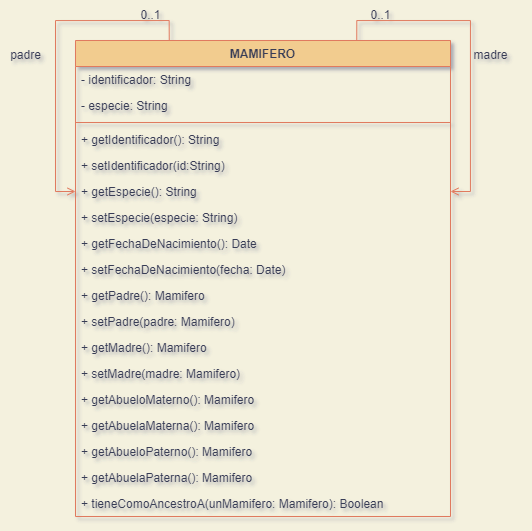
Before: PRACTICAS/UML/Ejercicio5.png, a diagram exported from draw.io (agusrnfr/OO1). Source tidied: cells renumbered, new cells last; positions are measured from the earlier drawing's top-left corner, leaving out a move shared by most shapes. Its diagram source:
```xml
<mxGraphModel background="#F4F1DE" shadow="1">
  <root>
    <mxCell id="0" />
    <mxCell id="1" parent="0" />
    <mxCell id="2" value="MAMIFERO" style="swimlane;fontStyle=1;align=center;verticalAlign=top;horizontal=1;startSize=26;fillColor=#F2CC8F;strokeColor=#E07A5F;fontColor=#393C56;" parent="1" vertex="1">
      <mxGeometry x="75" y="40" width="375" height="476" as="geometry" />
    </mxCell>
    <mxCell id="3" value="- identificador: String" style="text;strokeColor=none;fillColor=none;align=left;verticalAlign=top;spacingLeft=4;spacingRight=4;overflow=hidden;fontColor=#393C56;" parent="2" vertex="1">
      <mxGeometry y="26" width="375" height="26" as="geometry" />
    </mxCell>
    <mxCell id="4" value="- especie: String" style="text;strokeColor=none;fillColor=none;align=left;verticalAlign=top;spacingLeft=4;spacingRight=4;overflow=hidden;fontColor=#393C56;" parent="2" vertex="1">
      <mxGeometry y="52" width="375" height="26" as="geometry" />
    </mxCell>
    <mxCell id="5" style="line;strokeWidth=1;fillColor=none;align=left;verticalAlign=middle;spacingTop=-1;spacingLeft=3;spacingRight=3;labelPosition=right;strokeColor=#E07A5F;fontColor=#393C56;labelBackgroundColor=#F4F1DE;" parent="2" vertex="1">
      <mxGeometry y="78" width="375" height="8" as="geometry" />
    </mxCell>
    <mxCell id="6" value="+ getIdentificador(): String" style="text;strokeColor=none;fillColor=none;align=left;verticalAlign=top;spacingLeft=4;spacingRight=4;overflow=hidden;fontColor=#393C56;" parent="2" vertex="1">
      <mxGeometry y="86" width="375" height="26" as="geometry" />
    </mxCell>
    <mxCell id="7" value="+ setIdentificador(id:String)" style="text;strokeColor=none;fillColor=none;align=left;verticalAlign=top;spacingLeft=4;spacingRight=4;overflow=hidden;fontColor=#393C56;" parent="2" vertex="1">
      <mxGeometry y="112" width="375" height="26" as="geometry" />
    </mxCell>
    <mxCell id="8" value="+ getEspecie(): String" style="text;strokeColor=none;fillColor=none;align=left;verticalAlign=top;spacingLeft=4;spacingRight=4;overflow=hidden;points=[[0,0.5],[1,0.5]];portConstraint=eastwest;fontColor=#393C56;" parent="2" vertex="1">
      <mxGeometry y="138" width="375" height="26" as="geometry" />
    </mxCell>
    <mxCell id="9" value="+ setEspecie(especie: String)" style="text;strokeColor=none;fillColor=none;align=left;verticalAlign=top;spacingLeft=4;spacingRight=4;overflow=hidden;fontColor=#393C56;" parent="2" vertex="1">
      <mxGeometry y="164" width="375" height="26" as="geometry" />
    </mxCell>
    <mxCell id="10" value="+ getFechaDeNacimiento(): Date" style="text;strokeColor=none;fillColor=none;align=left;verticalAlign=top;spacingLeft=4;spacingRight=4;overflow=hidden;fontColor=#393C56;" parent="2" vertex="1">
      <mxGeometry y="190" width="375" height="26" as="geometry" />
    </mxCell>
    <mxCell id="11" value="+ setFechaDeNacimiento(fecha: Date)" style="text;strokeColor=none;fillColor=none;align=left;verticalAlign=top;spacingLeft=4;spacingRight=4;overflow=hidden;fontColor=#393C56;" parent="2" vertex="1">
      <mxGeometry y="216" width="375" height="26" as="geometry" />
    </mxCell>
    <mxCell id="12" value="+ getPadre(): Mamifero" style="text;strokeColor=none;fillColor=none;align=left;verticalAlign=top;spacingLeft=4;spacingRight=4;overflow=hidden;fontColor=#393C56;" parent="2" vertex="1">
      <mxGeometry y="242" width="375" height="26" as="geometry" />
    </mxCell>
    <mxCell id="13" value="+ setPadre(padre: Mamifero)" style="text;strokeColor=none;fillColor=none;align=left;verticalAlign=top;spacingLeft=4;spacingRight=4;overflow=hidden;fontColor=#393C56;" parent="2" vertex="1">
      <mxGeometry y="268" width="375" height="26" as="geometry" />
    </mxCell>
    <mxCell id="14" value="+ getMadre(): Mamifero" style="text;strokeColor=none;fillColor=none;align=left;verticalAlign=top;spacingLeft=4;spacingRight=4;overflow=hidden;fontColor=#393C56;" parent="2" vertex="1">
      <mxGeometry y="294" width="375" height="26" as="geometry" />
    </mxCell>
    <mxCell id="15" value="+ setMadre(madre: Mamifero)" style="text;strokeColor=none;fillColor=none;align=left;verticalAlign=top;spacingLeft=4;spacingRight=4;overflow=hidden;fontColor=#393C56;" parent="2" vertex="1">
      <mxGeometry y="320" width="375" height="26" as="geometry" />
    </mxCell>
    <mxCell id="16" value="+ getAbueloMaterno(): Mamifero" style="text;strokeColor=none;fillColor=none;align=left;verticalAlign=top;spacingLeft=4;spacingRight=4;overflow=hidden;fontColor=#393C56;" parent="2" vertex="1">
      <mxGeometry y="346" width="375" height="26" as="geometry" />
    </mxCell>
    <mxCell id="17" value="+ getAbuelaMaterna(): Mamifero" style="text;strokeColor=none;fillColor=none;align=left;verticalAlign=top;spacingLeft=4;spacingRight=4;overflow=hidden;fontColor=#393C56;" parent="2" vertex="1">
      <mxGeometry y="372" width="375" height="26" as="geometry" />
    </mxCell>
    <mxCell id="18" value="+ getAbueloPaterno(): Mamifero" style="text;strokeColor=none;fillColor=none;align=left;verticalAlign=top;spacingLeft=4;spacingRight=4;overflow=hidden;fontColor=#393C56;" parent="2" vertex="1">
      <mxGeometry y="398" width="375" height="26" as="geometry" />
    </mxCell>
    <mxCell id="19" style="edgeStyle=orthogonalEdgeStyle;jettySize=auto;html=1;exitX=0.25;exitY=0;exitDx=0;exitDy=0;entryX=0;entryY=0.5;entryDx=0;entryDy=0;endArrow=open;endFill=0;strokeColor=#E07A5F;fontColor=#393C56;rounded=0;labelBackgroundColor=#F4F1DE;" parent="2" edge="1" source="2" target="8">
      <mxGeometry relative="1" as="geometry" />
    </mxCell>
    <mxCell id="20" style="edgeStyle=orthogonalEdgeStyle;jettySize=auto;html=1;exitX=0.75;exitY=0;exitDx=0;exitDy=0;entryX=1;entryY=0.5;entryDx=0;entryDy=0;endArrow=open;endFill=0;strokeColor=#E07A5F;fontColor=#393C56;rounded=0;labelBackgroundColor=#F4F1DE;" parent="2" edge="1" source="2" target="8">
      <mxGeometry relative="1" as="geometry">
        <Array as="points">
          <mxPoint x="281" y="-20" />
          <mxPoint x="395" y="-20" />
          <mxPoint x="395" y="151" />
        </Array>
      </mxGeometry>
    </mxCell>
    <mxCell id="21" value="+ getAbuelaPaterna(): Mamifero" style="text;strokeColor=none;fillColor=none;align=left;verticalAlign=top;spacingLeft=4;spacingRight=4;overflow=hidden;fontColor=#393C56;" parent="2" vertex="1">
      <mxGeometry y="424" width="375" height="26" as="geometry" />
    </mxCell>
    <mxCell id="22" value="+ tieneComoAncestroA(unMamifero: Mamifero): Boolean" style="text;strokeColor=none;fillColor=none;align=left;verticalAlign=top;spacingLeft=4;spacingRight=4;overflow=hidden;fontColor=#393C56;" parent="2" vertex="1">
      <mxGeometry y="450" width="375" height="26" as="geometry" />
    </mxCell>
    <mxCell id="23" value="madre" style="text;html=1;align=center;verticalAlign=middle;strokeColor=none;fillColor=none;fontColor=#393C56;" parent="1" vertex="1">
      <mxGeometry x="460" y="40" width="60" height="30" as="geometry" />
    </mxCell>
    <mxCell id="24" value="padre" style="text;html=1;align=center;verticalAlign=middle;strokeColor=none;fillColor=none;fontColor=#393C56;" parent="1" vertex="1">
      <mxGeometry y="40" width="50" height="30" as="geometry" />
    </mxCell>
    <mxCell id="25" value="0..1" style="text;html=1;align=center;verticalAlign=middle;strokeColor=none;fillColor=none;fontColor=#393C56;" parent="1" vertex="1">
      <mxGeometry x="130" width="40" height="30" as="geometry" />
    </mxCell>
    <mxCell id="26" value="0..1" style="text;html=1;align=center;verticalAlign=middle;strokeColor=none;fillColor=none;fontColor=#393C56;" parent="1" vertex="1">
      <mxGeometry x="360" width="40" height="30" as="geometry" />
    </mxCell>
  </root>
</mxGraphModel>
```
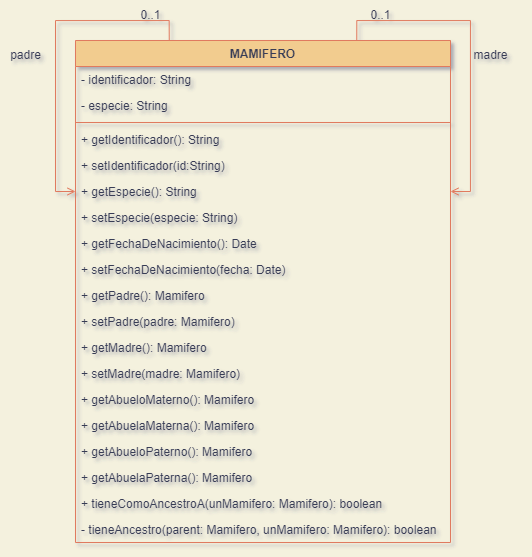
Later version of the same file.

Diff of the diagram source:
```diff
@@ -3,7 +3,7 @@
     <mxCell id="0" />
     <mxCell id="1" parent="0" />
     <mxCell id="2" value="MAMIFERO" style="swimlane;fontStyle=1;align=center;verticalAlign=top;horizontal=1;startSize=26;fillColor=#F2CC8F;strokeColor=#E07A5F;fontColor=#393C56;" parent="1" vertex="1">
-      <mxGeometry x="75" y="40" width="375" height="476" as="geometry" />
+      <mxGeometry x="75" y="40" width="375" height="502" as="geometry" />
     </mxCell>
     <mxCell id="3" value="- identificador: String" style="text;strokeColor=none;fillColor=none;align=left;verticalAlign=top;spacingLeft=4;spacingRight=4;overflow=hidden;fontColor=#393C56;" parent="2" vertex="1">
       <mxGeometry y="26" width="375" height="26" as="geometry" />
@@ -68,9 +68,12 @@
     <mxCell id="21" value="+ getAbuelaPaterna(): Mamifero" style="text;strokeColor=none;fillColor=none;align=left;verticalAlign=top;spacingLeft=4;spacingRight=4;overflow=hidden;fontColor=#393C56;" parent="2" vertex="1">
       <mxGeometry y="424" width="375" height="26" as="geometry" />
     </mxCell>
-    <mxCell id="22" value="+ tieneComoAncestroA(unMamifero: Mamifero): Boolean" style="text;strokeColor=none;fillColor=none;align=left;verticalAlign=top;spacingLeft=4;spacingRight=4;overflow=hidden;fontColor=#393C56;" parent="2" vertex="1">
+    <mxCell id="22" value="+ tieneComoAncestroA(unMamifero: Mamifero): boolean" style="text;strokeColor=none;fillColor=none;align=left;verticalAlign=top;spacingLeft=4;spacingRight=4;overflow=hidden;fontColor=#393C56;" parent="2" vertex="1">
       <mxGeometry y="450" width="375" height="26" as="geometry" />
     </mxCell>
+    <mxCell id="27" value="- tieneAncestro(parent: Mamifero, unMamifero: Mamifero): boolean" style="text;strokeColor=none;fillColor=none;align=left;verticalAlign=top;spacingLeft=4;spacingRight=4;overflow=hidden;fontColor=#393C56;" parent="2" vertex="1">
+      <mxGeometry y="476" width="375" height="26" as="geometry" />
+    </mxCell>
     <mxCell id="23" value="madre" style="text;html=1;align=center;verticalAlign=middle;strokeColor=none;fillColor=none;fontColor=#393C56;" parent="1" vertex="1">
       <mxGeometry x="460" y="40" width="60" height="30" as="geometry" />
     </mxCell>
```
